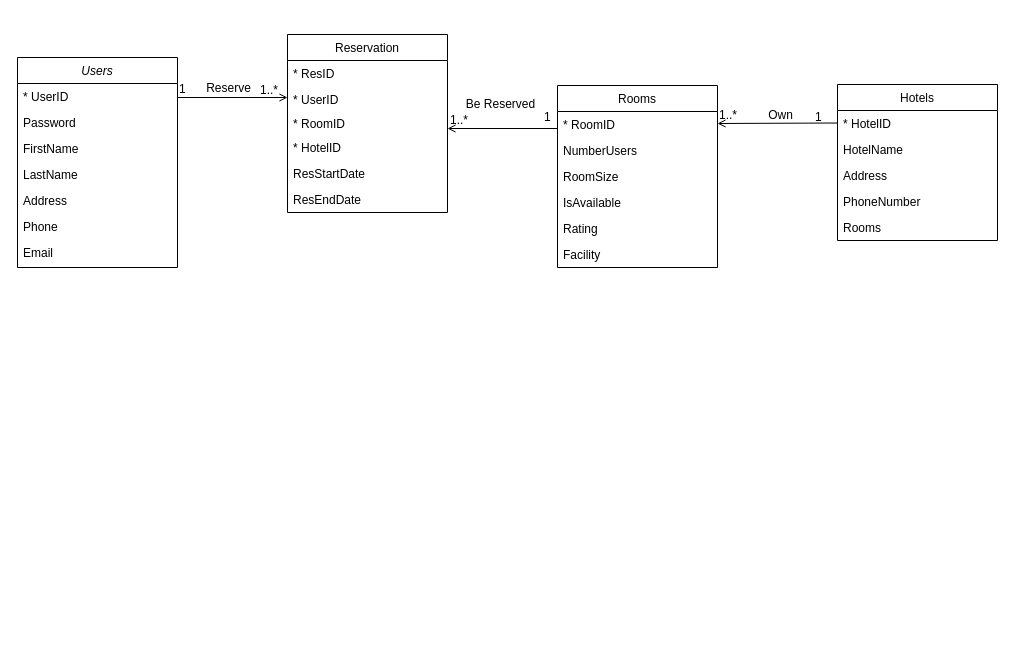
Above: Web_practice.drawio in Ziqi222/name.c (draw.io), before the change. Source tidied: cells renumbered, new cells numbered last; positions are measured from the earlier drawing's top-left corner, leaving out a move shared by most shapes. Both pictures are drawn from the tidied source at 100%, with x=0, y=0 at pixel (17, 17).
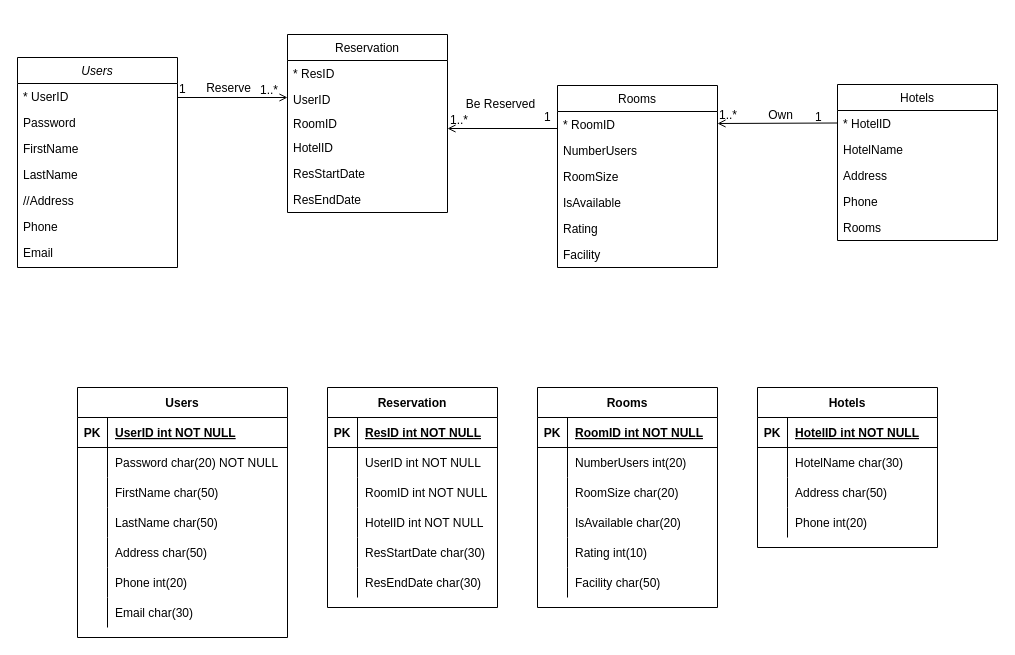
The same diagram, later.

Unchanged cells that the change refers to:
```xml
<mxCell id="2" value="Users" style="swimlane;fontStyle=2;align=center;verticalAlign=top;horizontal=1;startSize=26;rounded=0;shadow=0;strokeWidth=1;" parent="1" vertex="1">
  <mxGeometry y="40" width="160" height="210" as="geometry" />
</mxCell>
<mxCell id="18" value="Hotels" style="swimlane;fontStyle=0;align=center;verticalAlign=top;horizontal=1;startSize=26;rounded=0;shadow=0;strokeWidth=1;" parent="1" vertex="1">
  <mxGeometry x="820" y="67" width="160" height="156" as="geometry" />
</mxCell>
<mxCell id="28" value="Reservation" style="swimlane;fontStyle=0;align=center;verticalAlign=top;horizontal=1;startSize=26;rounded=0;shadow=0;strokeWidth=1;" parent="1" vertex="1">
  <mxGeometry x="270" y="17" width="160" height="178" as="geometry" />
</mxCell>
```

Change to the diagram source:
```diff
@@
-    <mxCell id="7" value="Address" style="text;align=left;verticalAlign=top;spacingLeft=4;spacingRight=4;overflow=hidden;rounded=0;shadow=0;html=0;" parent="2" vertex="1">
+    <mxCell id="7" value="//Address" style="text;align=left;verticalAlign=top;spacingLeft=4;spacingRight=4;overflow=hidden;rounded=0;shadow=0;html=0;" parent="2" vertex="1">
       <mxGeometry y="130" width="160" height="26" as="geometry" />
     </mxCell>
@@
-    <mxCell id="22" value="PhoneNumber" style="text;align=left;verticalAlign=top;spacingLeft=4;spacingRight=4;overflow=hidden;rounded=0;shadow=0;html=0;" parent="18" vertex="1">
+    <mxCell id="22" value="Phone" style="text;align=left;verticalAlign=top;spacingLeft=4;spacingRight=4;overflow=hidden;rounded=0;shadow=0;html=0;" parent="18" vertex="1">
       <mxGeometry y="104" width="160" height="26" as="geometry" />
     </mxCell>
@@
-    <mxCell id="30" value="* UserID" style="text;align=left;verticalAlign=top;spacingLeft=4;spacingRight=4;overflow=hidden;rounded=0;shadow=0;html=0;" parent="28" vertex="1">
+    <mxCell id="30" value="UserID" style="text;align=left;verticalAlign=top;spacingLeft=4;spacingRight=4;overflow=hidden;rounded=0;shadow=0;html=0;" parent="28" vertex="1">
       <mxGeometry y="52" width="160" height="24" as="geometry" />
     </mxCell>
-    <mxCell id="31" value="* RoomID" style="text;align=left;verticalAlign=top;spacingLeft=4;spacingRight=4;overflow=hidden;rounded=0;shadow=0;html=0;" parent="28" vertex="1">
+    <mxCell id="31" value="RoomID" style="text;align=left;verticalAlign=top;spacingLeft=4;spacingRight=4;overflow=hidden;rounded=0;shadow=0;html=0;" parent="28" vertex="1">
       <mxGeometry y="76" width="160" height="24" as="geometry" />
     </mxCell>
-    <mxCell id="32" value="* HotelID" style="text;align=left;verticalAlign=top;spacingLeft=4;spacingRight=4;overflow=hidden;rounded=0;shadow=0;html=0;" parent="28" vertex="1">
+    <mxCell id="32" value="HotelID" style="text;align=left;verticalAlign=top;spacingLeft=4;spacingRight=4;overflow=hidden;rounded=0;shadow=0;html=0;" parent="28" vertex="1">
       <mxGeometry y="100" width="160" height="26" as="geometry" />
     </mxCell>
@@
+    <mxCell id="42" value="Users" style="shape=table;startSize=30;childLayout=tableLayout;rowLines=0;fontStyle=1;align=center;" parent="1" vertex="1">
+      <mxGeometry x="60" y="370" width="210" height="250" as="geometry" />
+    </mxCell>
+    <mxCell id="43" style="shape=partialRectangle;fillColor=none;top=0;left=0;right=0;bottom=1;" parent="42" vertex="1">
+      <mxGeometry y="30" width="210" height="30" as="geometry" />
+    </mxCell>
+    <mxCell id="44" value="PK" style="shape=partialRectangle;overflow=hidden;fillColor=none;top=0;left=0;bottom=0;right=0;fontStyle=1;" parent="43" vertex="1">
+      <mxGeometry width="30" height="30" as="geometry" />
+    </mxCell>
+    <mxCell id="45" value="UserID int NOT NULL " style="shape=partialRectangle;overflow=hidden;fillColor=none;top=0;left=0;bottom=0;right=0;align=left;spacingLeft=6;fontStyle=5;" parent="43" vertex="1">
+      <mxGeometry x="30" width="180" height="30" as="geometry" />
+    </mxCell>
+    <mxCell id="46" style="shape=partialRectangle;fillColor=none;top=0;left=0;right=0;bottom=0;" parent="42" vertex="1">
+      <mxGeometry y="60" width="210" height="30" as="geometry" />
+    </mxCell>
+    <mxCell id="47" style="shape=partialRectangle;overflow=hidden;fillColor=none;top=0;left=0;bottom=0;right=0;" parent="46" vertex="1">
+      <mxGeometry width="30" height="30" as="geometry" />
+    </mxCell>
+    <mxCell id="48" value="Password char(20) NOT NULL" style="shape=partialRectangle;overflow=hidden;fillColor=none;top=0;left=0;bottom=0;right=0;align=left;spacingLeft=6;" parent="46" vertex="1">
+      <mxGeometry x="30" width="180" height="30" as="geometry" />
+    </mxCell>
+    <mxCell id="49" style="shape=partialRectangle;fillColor=none;top=0;left=0;right=0;bottom=0;" parent="42" vertex="1">
+      <mxGeometry y="90" width="210" height="30" as="geometry" />
+    </mxCell>
+    <mxCell id="50" style="shape=partialRectangle;overflow=hidden;fillColor=none;top=0;left=0;bottom=0;right=0;" parent="49" vertex="1">
+      <mxGeometry width="30" height="30" as="geometry" />
+    </mxCell>
+    <mxCell id="51" value="FirstName char(50)" style="shape=partialRectangle;overflow=hidden;fillColor=none;top=0;left=0;bottom=0;right=0;align=left;spacingLeft=6;" parent="49" vertex="1">
+      <mxGeometry x="30" width="180" height="30" as="geometry" />
+    </mxCell>
+    <mxCell id="52" style="shape=partialRectangle;fillColor=none;top=0;left=0;right=0;bottom=0;" parent="42" vertex="1">
+      <mxGeometry y="120" width="210" height="30" as="geometry" />
+    </mxCell>
+    <mxCell id="53" style="shape=partialRectangle;overflow=hidden;fillColor=none;top=0;left=0;bottom=0;right=0;" parent="52" vertex="1">
+      <mxGeometry width="30" height="30" as="geometry" />
+    </mxCell>
+    <mxCell id="54" value="LastName char(50)" style="shape=partialRectangle;overflow=hidden;fillColor=none;top=0;left=0;bottom=0;right=0;align=left;spacingLeft=6;" parent="52" vertex="1">
+      <mxGeometry x="30" width="180" height="30" as="geometry" />
+    </mxCell>
+    <mxCell id="55" style="shape=partialRectangle;fillColor=none;top=0;left=0;right=0;bottom=0;" parent="42" vertex="1">
+      <mxGeometry y="150" width="210" height="30" as="geometry" />
+    </mxCell>
+    <mxCell id="56" style="shape=partialRectangle;overflow=hidden;fillColor=none;top=0;left=0;bottom=0;right=0;" parent="55" vertex="1">
+      <mxGeometry width="30" height="30" as="geometry" />
+    </mxCell>
+    <mxCell id="57" value="Address char(50)" style="shape=partialRectangle;overflow=hidden;fillColor=none;top=0;left=0;bottom=0;right=0;align=left;spacingLeft=6;" parent="55" vertex="1">
+      <mxGeometry x="30" width="180" height="30" as="geometry" />
+    </mxCell>
+    <mxCell id="58" style="shape=partialRectangle;fillColor=none;top=0;left=0;right=0;bottom=0;" parent="42" vertex="1">
+      <mxGeometry y="180" width="210" height="30" as="geometry" />
+    </mxCell>
+    <mxCell id="59" style="shape=partialRectangle;overflow=hidden;fillColor=none;top=0;left=0;bottom=0;right=0;" parent="58" vertex="1">
+      <mxGeometry width="30" height="30" as="geometry" />
+    </mxCell>
+    <mxCell id="60" value="Phone int(20)" style="shape=partialRectangle;overflow=hidden;fillColor=none;top=0;left=0;bottom=0;right=0;align=left;spacingLeft=6;" parent="58" vertex="1">
+      <mxGeometry x="30" width="180" height="30" as="geometry" />
+    </mxCell>
+    <mxCell id="61" style="shape=partialRectangle;fillColor=none;top=0;left=0;right=0;bottom=0;" parent="42" vertex="1">
+      <mxGeometry y="210" width="210" height="30" as="geometry" />
+    </mxCell>
+    <mxCell id="62" style="shape=partialRectangle;overflow=hidden;fillColor=none;top=0;left=0;bottom=0;right=0;" parent="61" vertex="1">
+      <mxGeometry width="30" height="30" as="geometry" />
+    </mxCell>
+    <mxCell id="63" value="Email char(30)" style="shape=partialRectangle;overflow=hidden;fillColor=none;top=0;left=0;bottom=0;right=0;align=left;spacingLeft=6;" parent="61" vertex="1">
+      <mxGeometry x="30" width="180" height="30" as="geometry" />
+    </mxCell>
+    <mxCell id="64" value="Reservation" style="shape=table;startSize=30;childLayout=tableLayout;rowLines=0;fontStyle=1;align=center;" parent="1" vertex="1">
+      <mxGeometry x="310" y="370" width="170" height="220" as="geometry" />
+    </mxCell>
+    <mxCell id="65" style="shape=partialRectangle;fillColor=none;top=0;left=0;right=0;bottom=1;" parent="64" vertex="1">
+      <mxGeometry y="30" width="170" height="30" as="geometry" />
+    </mxCell>
+    <mxCell id="66" value="PK" style="shape=partialRectangle;overflow=hidden;fillColor=none;top=0;left=0;bottom=0;right=0;fontStyle=1;" parent="65" vertex="1">
+      <mxGeometry width="30" height="30" as="geometry" />
+    </mxCell>
+    <mxCell id="67" value="ResID int NOT NULL " style="shape=partialRectangle;overflow=hidden;fillColor=none;top=0;left=0;bottom=0;right=0;align=left;spacingLeft=6;fontStyle=5;" parent="65" vertex="1">
+      <mxGeometry x="30" width="140" height="30" as="geometry" />
+    </mxCell>
+    <mxCell id="68" style="shape=partialRectangle;fillColor=none;top=0;left=0;right=0;bottom=0;" parent="64" vertex="1">
+      <mxGeometry y="60" width="170" height="30" as="geometry" />
+    </mxCell>
+    <mxCell id="69" style="shape=partialRectangle;overflow=hidden;fillColor=none;top=0;left=0;bottom=0;right=0;" parent="68" vertex="1">
+      <mxGeometry width="30" height="30" as="geometry" />
+    </mxCell>
+    <mxCell id="70" value="UserID int NOT NULL" style="shape=partialRectangle;overflow=hidden;fillColor=none;top=0;left=0;bottom=0;right=0;align=left;spacingLeft=6;" parent="68" vertex="1">
+      <mxGeometry x="30" width="140" height="30" as="geometry" />
+    </mxCell>
+    <mxCell id="71" style="shape=partialRectangle;fillColor=none;top=0;left=0;right=0;bottom=0;" parent="64" vertex="1">
+      <mxGeometry y="90" width="170" height="30" as="geometry" />
+    </mxCell>
+    <mxCell id="72" style="shape=partialRectangle;overflow=hidden;fillColor=none;top=0;left=0;bottom=0;right=0;" parent="71" vertex="1">
+      <mxGeometry width="30" height="30" as="geometry" />
+    </mxCell>
+    <mxCell id="73" value="RoomID int NOT NULL" style="shape=partialRectangle;overflow=hidden;fillColor=none;top=0;left=0;bottom=0;right=0;align=left;spacingLeft=6;" parent="71" vertex="1">
+      <mxGeometry x="30" width="140" height="30" as="geometry" />
+    </mxCell>
+    <mxCell id="74" style="shape=partialRectangle;fillColor=none;top=0;left=0;right=0;bottom=0;" parent="64" vertex="1">
+      <mxGeometry y="120" width="170" height="30" as="geometry" />
+    </mxCell>
+    <mxCell id="75" style="shape=partialRectangle;overflow=hidden;fillColor=none;top=0;left=0;bottom=0;right=0;" parent="74" vertex="1">
+      <mxGeometry width="30" height="30" as="geometry" />
+    </mxCell>
+    <mxCell id="76" value="HotelID int NOT NULL" style="shape=partialRectangle;overflow=hidden;fillColor=none;top=0;left=0;bottom=0;right=0;align=left;spacingLeft=6;" parent="74" vertex="1">
+      <mxGeometry x="30" width="140" height="30" as="geometry" />
+    </mxCell>
+    <mxCell id="77" style="shape=partialRectangle;fillColor=none;top=0;left=0;right=0;bottom=0;" parent="64" vertex="1">
+      <mxGeometry y="150" width="170" height="30" as="geometry" />
+    </mxCell>
+    <mxCell id="78" style="shape=partialRectangle;overflow=hidden;fillColor=none;top=0;left=0;bottom=0;right=0;" parent="77" vertex="1">
+      <mxGeometry width="30" height="30" as="geometry" />
+    </mxCell>
+    <mxCell id="79" value="ResStartDate char(30)" style="shape=partialRectangle;overflow=hidden;fillColor=none;top=0;left=0;bottom=0;right=0;align=left;spacingLeft=6;" parent="77" vertex="1">
+      <mxGeometry x="30" width="140" height="30" as="geometry" />
+    </mxCell>
+    <mxCell id="80" style="shape=partialRectangle;fillColor=none;top=0;left=0;right=0;bottom=0;" parent="64" vertex="1">
+      <mxGeometry y="180" width="170" height="30" as="geometry" />
+    </mxCell>
+    <mxCell id="81" style="shape=partialRectangle;overflow=hidden;fillColor=none;top=0;left=0;bottom=0;right=0;" parent="80" vertex="1">
+      <mxGeometry width="30" height="30" as="geometry" />
+    </mxCell>
+    <mxCell id="82" value="ResEndDate char(30)" style="shape=partialRectangle;overflow=hidden;fillColor=none;top=0;left=0;bottom=0;right=0;align=left;spacingLeft=6;" parent="80" vertex="1">
+      <mxGeometry x="30" width="140" height="30" as="geometry" />
+    </mxCell>
+    <mxCell id="83" value="Rooms" style="shape=table;startSize=30;childLayout=tableLayout;rowLines=0;fontStyle=1;align=center;" parent="1" vertex="1">
+      <mxGeometry x="520" y="370" width="180" height="220" as="geometry" />
+    </mxCell>
+    <mxCell id="84" style="shape=partialRectangle;fillColor=none;top=0;left=0;right=0;bottom=1;" parent="83" vertex="1">
+      <mxGeometry y="30" width="180" height="30" as="geometry" />
+    </mxCell>
+    <mxCell id="85" value="PK" style="shape=partialRectangle;overflow=hidden;fillColor=none;top=0;left=0;bottom=0;right=0;fontStyle=1;" parent="84" vertex="1">
+      <mxGeometry width="30" height="30" as="geometry" />
+    </mxCell>
+    <mxCell id="86" value="RoomID int NOT NULL " style="shape=partialRectangle;overflow=hidden;fillColor=none;top=0;left=0;bottom=0;right=0;align=left;spacingLeft=6;fontStyle=5;" parent="84" vertex="1">
+      <mxGeometry x="30" width="150" height="30" as="geometry" />
+    </mxCell>
+    <mxCell id="87" style="shape=partialRectangle;fillColor=none;top=0;left=0;right=0;bottom=0;" parent="83" vertex="1">
+      <mxGeometry y="60" width="180" height="30" as="geometry" />
+    </mxCell>
+    <mxCell id="88" style="shape=partialRectangle;overflow=hidden;fillColor=none;top=0;left=0;bottom=0;right=0;" parent="87" vertex="1">
+      <mxGeometry width="30" height="30" as="geometry" />
+    </mxCell>
+    <mxCell id="89" value="NumberUsers int(20)" style="shape=partialRectangle;overflow=hidden;fillColor=none;top=0;left=0;bottom=0;right=0;align=left;spacingLeft=6;" parent="87" vertex="1">
+      <mxGeometry x="30" width="150" height="30" as="geometry" />
+    </mxCell>
+    <mxCell id="90" style="shape=partialRectangle;fillColor=none;top=0;left=0;right=0;bottom=0;" parent="83" vertex="1">
+      <mxGeometry y="90" width="180" height="30" as="geometry" />
+    </mxCell>
+    <mxCell id="91" style="shape=partialRectangle;overflow=hidden;fillColor=none;top=0;left=0;bottom=0;right=0;" parent="90" vertex="1">
+      <mxGeometry width="30" height="30" as="geometry" />
+    </mxCell>
+    <mxCell id="92" value="RoomSize char(20)" style="shape=partialRectangle;overflow=hidden;fillColor=none;top=0;left=0;bottom=0;right=0;align=left;spacingLeft=6;" parent="90" vertex="1">
+      <mxGeometry x="30" width="150" height="30" as="geometry" />
+    </mxCell>
+    <mxCell id="93" style="shape=partialRectangle;fillColor=none;top=0;left=0;right=0;bottom=0;" parent="83" vertex="1">
+      <mxGeometry y="120" width="180" height="30" as="geometry" />
+    </mxCell>
+    <mxCell id="94" style="shape=partialRectangle;overflow=hidden;fillColor=none;top=0;left=0;bottom=0;right=0;" parent="93" vertex="1">
+      <mxGeometry width="30" height="30" as="geometry" />
+    </mxCell>
+    <mxCell id="95" value="IsAvailable char(20)" style="shape=partialRectangle;overflow=hidden;fillColor=none;top=0;left=0;bottom=0;right=0;align=left;spacingLeft=6;" parent="93" vertex="1">
+      <mxGeometry x="30" width="150" height="30" as="geometry" />
+    </mxCell>
+    <mxCell id="96" style="shape=partialRectangle;fillColor=none;top=0;left=0;right=0;bottom=0;" parent="83" vertex="1">
+      <mxGeometry y="150" width="180" height="30" as="geometry" />
+    </mxCell>
+    <mxCell id="97" style="shape=partialRectangle;overflow=hidden;fillColor=none;top=0;left=0;bottom=0;right=0;" parent="96" vertex="1">
+      <mxGeometry width="30" height="30" as="geometry" />
+    </mxCell>
+    <mxCell id="98" value="Rating int(10)" style="shape=partialRectangle;overflow=hidden;fillColor=none;top=0;left=0;bottom=0;right=0;align=left;spacingLeft=6;" parent="96" vertex="1">
+      <mxGeometry x="30" width="150" height="30" as="geometry" />
+    </mxCell>
+    <mxCell id="99" style="shape=partialRectangle;fillColor=none;top=0;left=0;right=0;bottom=0;" parent="83" vertex="1">
+      <mxGeometry y="180" width="180" height="30" as="geometry" />
+    </mxCell>
+    <mxCell id="100" style="shape=partialRectangle;overflow=hidden;fillColor=none;top=0;left=0;bottom=0;right=0;" parent="99" vertex="1">
+      <mxGeometry width="30" height="30" as="geometry" />
+    </mxCell>
+    <mxCell id="101" value="Facility char(50)" style="shape=partialRectangle;overflow=hidden;fillColor=none;top=0;left=0;bottom=0;right=0;align=left;spacingLeft=6;" parent="99" vertex="1">
+      <mxGeometry x="30" width="150" height="30" as="geometry" />
+    </mxCell>
+    <mxCell id="102" value="Hotels" style="shape=table;startSize=30;childLayout=tableLayout;rowLines=0;fontStyle=1;align=center;" parent="1" vertex="1">
+      <mxGeometry x="740" y="370" width="180" height="160" as="geometry" />
+    </mxCell>
+    <mxCell id="103" style="shape=partialRectangle;fillColor=none;top=0;left=0;right=0;bottom=1;" parent="102" vertex="1">
+      <mxGeometry y="30" width="180" height="30" as="geometry" />
+    </mxCell>
+    <mxCell id="104" value="PK" style="shape=partialRectangle;overflow=hidden;fillColor=none;top=0;left=0;bottom=0;right=0;fontStyle=1;" parent="103" vertex="1">
+      <mxGeometry width="30" height="30" as="geometry" />
+    </mxCell>
+    <mxCell id="105" value="HotelID int NOT NULL " style="shape=partialRectangle;overflow=hidden;fillColor=none;top=0;left=0;bottom=0;right=0;align=left;spacingLeft=6;fontStyle=5;" parent="103" vertex="1">
+      <mxGeometry x="30" width="150" height="30" as="geometry" />
+    </mxCell>
+    <mxCell id="106" style="shape=partialRectangle;fillColor=none;top=0;left=0;right=0;bottom=0;" parent="102" vertex="1">
+      <mxGeometry y="60" width="180" height="30" as="geometry" />
+    </mxCell>
+    <mxCell id="107" style="shape=partialRectangle;overflow=hidden;fillColor=none;top=0;left=0;bottom=0;right=0;" parent="106" vertex="1">
+      <mxGeometry width="30" height="30" as="geometry" />
+    </mxCell>
+    <mxCell id="108" value="HotelName char(30)" style="shape=partialRectangle;overflow=hidden;fillColor=none;top=0;left=0;bottom=0;right=0;align=left;spacingLeft=6;" parent="106" vertex="1">
+      <mxGeometry x="30" width="150" height="30" as="geometry" />
+    </mxCell>
+    <mxCell id="109" style="shape=partialRectangle;fillColor=none;top=0;left=0;right=0;bottom=0;" parent="102" vertex="1">
+      <mxGeometry y="90" width="180" height="30" as="geometry" />
+    </mxCell>
+    <mxCell id="110" style="shape=partialRectangle;overflow=hidden;fillColor=none;top=0;left=0;bottom=0;right=0;" parent="109" vertex="1">
+      <mxGeometry width="30" height="30" as="geometry" />
+    </mxCell>
+    <mxCell id="111" value="Address char(50)" style="shape=partialRectangle;overflow=hidden;fillColor=none;top=0;left=0;bottom=0;right=0;align=left;spacingLeft=6;" parent="109" vertex="1">
+      <mxGeometry x="30" width="150" height="30" as="geometry" />
+    </mxCell>
+    <mxCell id="112" style="shape=partialRectangle;fillColor=none;top=0;left=0;right=0;bottom=0;" parent="102" vertex="1">
+      <mxGeometry y="120" width="180" height="30" as="geometry" />
+    </mxCell>
+    <mxCell id="113" style="shape=partialRectangle;overflow=hidden;fillColor=none;top=0;left=0;bottom=0;right=0;" parent="112" vertex="1">
+      <mxGeometry width="30" height="30" as="geometry" />
+    </mxCell>
+    <mxCell id="114" value="Phone int(20)" style="shape=partialRectangle;overflow=hidden;fillColor=none;top=0;left=0;bottom=0;right=0;align=left;spacingLeft=6;" parent="112" vertex="1">
+      <mxGeometry x="30" width="150" height="30" as="geometry" />
+    </mxCell>
```
